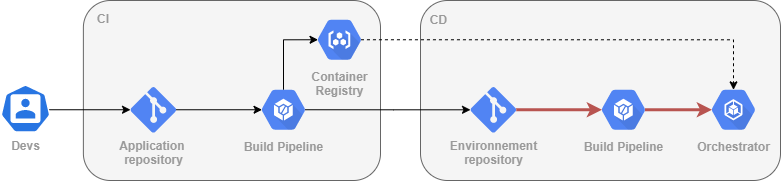
Before: Pictures/CI-CD/push-model.png, a diagram exported from draw.io (Donatien26/Master-stage). Source tidied: cells renumbered, new cells last; positions are measured from the earlier drawing's top-left corner, leaving out a move shared by most shapes. The source it was exported from:
```xml
<mxGraphModel>
  <root>
    <mxCell id="0" />
    <mxCell id="1" parent="0" />
    <mxCell id="2" value="CD" style="rounded=1;whiteSpace=wrap;html=1;fillColor=#f5f5f5;fontSize=12;strokeColor=#666666;spacingBottom=-29;spacingRight=-29;fontStyle=1;fontColor=#999999;labelPosition=left;verticalLabelPosition=top;align=right;verticalAlign=bottom;" parent="1" vertex="1">
      <mxGeometry x="420" width="360" height="180" as="geometry" />
    </mxCell>
    <mxCell id="3" value="CI" style="rounded=1;whiteSpace=wrap;html=1;fillColor=#f5f5f5;fontSize=12;strokeColor=#666666;labelPosition=left;verticalLabelPosition=top;align=right;verticalAlign=bottom;spacingTop=10;spacingBottom=-28;spacingRight=-28;fontStyle=1;fontColor=#999999;" parent="1" vertex="1">
      <mxGeometry x="82.9" width="297.1" height="180" as="geometry" />
    </mxCell>
    <mxCell id="4" style="edgeStyle=orthogonalEdgeStyle;rounded=0;jettySize=auto;html=1;exitX=0.825;exitY=0.5;exitDx=0;exitDy=0;exitPerimeter=0;entryX=0;entryY=0.5;entryDx=0;entryDy=0;entryPerimeter=0;fontColor=#999999;" parent="1" edge="1" target="12">
      <mxGeometry relative="1" as="geometry">
        <mxPoint x="47.8" y="109.2" as="sourcePoint" />
      </mxGeometry>
    </mxCell>
    <mxCell id="5" value="Orchestrator" style="html=1;fillColor=#5184F3;strokeColor=none;verticalAlign=top;labelPosition=center;verticalLabelPosition=bottom;align=center;spacingTop=-6;fontSize=12;fontStyle=1;fontColor=#999999;shape=mxgraph.gcp2.hexIcon;prIcon=container_engine;" parent="1" vertex="1">
      <mxGeometry x="700" y="80" width="66" height="58.5" as="geometry" />
    </mxCell>
    <mxCell id="6" style="edgeStyle=orthogonalEdgeStyle;rounded=0;jettySize=auto;html=1;exitX=0.825;exitY=0.5;exitDx=0;exitDy=0;exitPerimeter=0;entryX=0.5;entryY=0.16;entryDx=0;entryDy=0;entryPerimeter=0;startArrow=none;startFill=0;endArrow=classic;endFill=1;strokeWidth=1;fontSize=12;fontColor=#999999;dashed=1;" parent="1" edge="1" source="7" target="5">
      <mxGeometry relative="1" as="geometry" />
    </mxCell>
    <mxCell id="7" value="Container&#10;Registry" style="html=1;fillColor=#5184F3;strokeColor=none;verticalAlign=top;labelPosition=center;verticalLabelPosition=bottom;align=center;spacingTop=-6;fontSize=12;fontStyle=1;fontColor=#999999;shape=mxgraph.gcp2.hexIcon;prIcon=container_registry;" parent="1" vertex="1">
      <mxGeometry x="306" y="10" width="66" height="58.5" as="geometry" />
    </mxCell>
    <mxCell id="8" style="edgeStyle=orthogonalEdgeStyle;rounded=0;jettySize=auto;html=1;exitX=0.5;exitY=0.16;exitDx=0;exitDy=0;exitPerimeter=0;entryX=0.175;entryY=0.5;entryDx=0;entryDy=0;entryPerimeter=0;fontColor=#999999;" parent="1" edge="1" source="10" target="7">
      <mxGeometry relative="1" as="geometry">
        <Array as="points">
          <mxPoint x="283" y="39" />
        </Array>
      </mxGeometry>
    </mxCell>
    <mxCell id="9" style="edgeStyle=orthogonalEdgeStyle;rounded=0;jettySize=auto;html=1;exitX=0.825;exitY=0.5;exitDx=0;exitDy=0;exitPerimeter=0;startArrow=none;startFill=0;endArrow=classic;endFill=1;fontSize=12;fontColor=#999999;" parent="1" edge="1" source="10" target="14">
      <mxGeometry relative="1" as="geometry" />
    </mxCell>
    <mxCell id="10" value="Build Pipeline" style="html=1;fillColor=#5184F3;strokeColor=none;verticalAlign=top;labelPosition=center;verticalLabelPosition=bottom;align=center;spacingTop=-6;fontSize=12;fontStyle=1;fontColor=#999999;shape=mxgraph.gcp2.hexIcon;prIcon=container_builder;" parent="1" vertex="1">
      <mxGeometry x="250" y="80" width="66" height="58.5" as="geometry" />
    </mxCell>
    <mxCell id="11" style="edgeStyle=orthogonalEdgeStyle;rounded=0;jettySize=auto;html=1;exitX=1;exitY=0.5;exitDx=0;exitDy=0;exitPerimeter=0;entryX=0.175;entryY=0.5;entryDx=0;entryDy=0;entryPerimeter=0;fontColor=#999999;" parent="1" edge="1" source="12" target="10">
      <mxGeometry relative="1" as="geometry" />
    </mxCell>
    <mxCell id="12" value="Application &lt;br&gt;repository" style="verticalLabelPosition=bottom;html=1;verticalAlign=top;align=center;strokeColor=none;shape=mxgraph.azure.git_repository;fillColor=#5184F3;fontStyle=1;fontColor=#999999;" parent="1" vertex="1">
      <mxGeometry x="130" y="86.4" width="45.8" height="45.8" as="geometry" />
    </mxCell>
    <mxCell id="13" style="edgeStyle=orthogonalEdgeStyle;jettySize=auto;html=1;exitX=1;exitY=0.5;exitDx=0;exitDy=0;exitPerimeter=0;entryX=0.175;entryY=0.5;entryDx=0;entryDy=0;entryPerimeter=0;startArrow=none;startFill=0;endArrow=classic;endFill=1;fontSize=12;fontColor=#999999;rounded=0;strokeWidth=3;fillColor=#f8cecc;strokeColor=#b85450;" parent="1" edge="1" source="14" target="16">
      <mxGeometry relative="1" as="geometry" />
    </mxCell>
    <mxCell id="14" value="Environnement&lt;br&gt;repository" style="verticalLabelPosition=bottom;html=1;verticalAlign=top;align=center;strokeColor=none;shape=mxgraph.azure.git_repository;fillColor=#5184F3;fontStyle=1;fontColor=#999999;" parent="1" vertex="1">
      <mxGeometry x="470" y="86.4" width="45.8" height="45.8" as="geometry" />
    </mxCell>
    <mxCell id="15" style="edgeStyle=orthogonalEdgeStyle;jettySize=auto;html=1;exitX=0.825;exitY=0.5;exitDx=0;exitDy=0;exitPerimeter=0;entryX=0.175;entryY=0.5;entryDx=0;entryDy=0;entryPerimeter=0;startArrow=none;startFill=0;endArrow=classic;endFill=1;fontSize=12;fontColor=#999999;rounded=0;strokeWidth=3;fillColor=#f8cecc;strokeColor=#b85450;" parent="1" edge="1" source="16" target="5">
      <mxGeometry relative="1" as="geometry" />
    </mxCell>
    <mxCell id="16" value="Build Pipeline" style="html=1;fillColor=#5184F3;strokeColor=none;verticalAlign=top;labelPosition=center;verticalLabelPosition=bottom;align=center;spacingTop=-6;fontSize=12;fontStyle=1;fontColor=#999999;shape=mxgraph.gcp2.hexIcon;prIcon=container_builder;" parent="1" vertex="1">
      <mxGeometry x="590" y="80" width="66" height="58.5" as="geometry" />
    </mxCell>
    <mxCell id="17" value="Devs" style="html=1;dashed=0;whitespace=wrap;fillColor=#2875E2;strokeColor=#ffffff;shape=mxgraph.kubernetes.icon;prIcon=user;fontSize=12;fontColor=#999999;fontStyle=1;labelPosition=center;verticalLabelPosition=bottom;align=center;verticalAlign=top;" parent="1" vertex="1">
      <mxGeometry y="84.1" width="50" height="48" as="geometry" />
    </mxCell>
  </root>
</mxGraphModel>
```
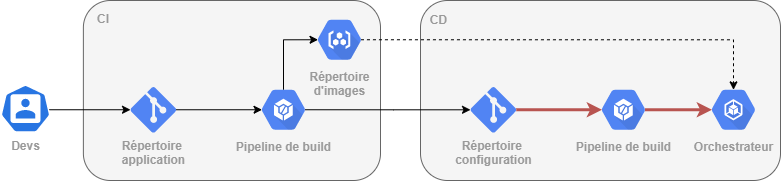
Above is the later version.

Change to the diagram source:
```diff
@@ -13,13 +13,13 @@
         <mxPoint x="47.8" y="109.2" as="sourcePoint" />
       </mxGeometry>
     </mxCell>
-    <mxCell id="5" value="Orchestrator" style="html=1;fillColor=#5184F3;strokeColor=none;verticalAlign=top;labelPosition=center;verticalLabelPosition=bottom;align=center;spacingTop=-6;fontSize=12;fontStyle=1;fontColor=#999999;shape=mxgraph.gcp2.hexIcon;prIcon=container_engine;" parent="1" vertex="1">
+    <mxCell id="5" value="Orchestrateur" style="html=1;fillColor=#5184F3;strokeColor=none;verticalAlign=top;labelPosition=center;verticalLabelPosition=bottom;align=center;spacingTop=-6;fontSize=12;fontStyle=1;fontColor=#999999;shape=mxgraph.gcp2.hexIcon;prIcon=container_engine;" parent="1" vertex="1">
       <mxGeometry x="700" y="80" width="66" height="58.5" as="geometry" />
     </mxCell>
     <mxCell id="6" style="edgeStyle=orthogonalEdgeStyle;rounded=0;jettySize=auto;html=1;exitX=0.825;exitY=0.5;exitDx=0;exitDy=0;exitPerimeter=0;entryX=0.5;entryY=0.16;entryDx=0;entryDy=0;entryPerimeter=0;startArrow=none;startFill=0;endArrow=classic;endFill=1;strokeWidth=1;fontSize=12;fontColor=#999999;dashed=1;" parent="1" edge="1" source="7" target="5">
       <mxGeometry relative="1" as="geometry" />
     </mxCell>
-    <mxCell id="7" value="Container&#10;Registry" style="html=1;fillColor=#5184F3;strokeColor=none;verticalAlign=top;labelPosition=center;verticalLabelPosition=bottom;align=center;spacingTop=-6;fontSize=12;fontStyle=1;fontColor=#999999;shape=mxgraph.gcp2.hexIcon;prIcon=container_registry;" parent="1" vertex="1">
+    <mxCell id="7" value="Répertoire&lt;br&gt;d'images" style="html=1;fillColor=#5184F3;strokeColor=none;verticalAlign=top;labelPosition=center;verticalLabelPosition=bottom;align=center;spacingTop=-6;fontSize=12;fontStyle=1;fontColor=#999999;shape=mxgraph.gcp2.hexIcon;prIcon=container_registry;" parent="1" vertex="1">
       <mxGeometry x="306" y="10" width="66" height="58.5" as="geometry" />
     </mxCell>
     <mxCell id="8" style="edgeStyle=orthogonalEdgeStyle;rounded=0;jettySize=auto;html=1;exitX=0.5;exitY=0.16;exitDx=0;exitDy=0;exitPerimeter=0;entryX=0.175;entryY=0.5;entryDx=0;entryDy=0;entryPerimeter=0;fontColor=#999999;" parent="1" edge="1" source="10" target="7">
@@ -32,25 +32,25 @@
     <mxCell id="9" style="edgeStyle=orthogonalEdgeStyle;rounded=0;jettySize=auto;html=1;exitX=0.825;exitY=0.5;exitDx=0;exitDy=0;exitPerimeter=0;startArrow=none;startFill=0;endArrow=classic;endFill=1;fontSize=12;fontColor=#999999;" parent="1" edge="1" source="10" target="14">
       <mxGeometry relative="1" as="geometry" />
     </mxCell>
-    <mxCell id="10" value="Build Pipeline" style="html=1;fillColor=#5184F3;strokeColor=none;verticalAlign=top;labelPosition=center;verticalLabelPosition=bottom;align=center;spacingTop=-6;fontSize=12;fontStyle=1;fontColor=#999999;shape=mxgraph.gcp2.hexIcon;prIcon=container_builder;" parent="1" vertex="1">
+    <mxCell id="10" value="Pipeline de build" style="html=1;fillColor=#5184F3;strokeColor=none;verticalAlign=top;labelPosition=center;verticalLabelPosition=bottom;align=center;spacingTop=-6;fontSize=12;fontStyle=1;fontColor=#999999;shape=mxgraph.gcp2.hexIcon;prIcon=container_builder;" parent="1" vertex="1">
       <mxGeometry x="250" y="80" width="66" height="58.5" as="geometry" />
     </mxCell>
     <mxCell id="11" style="edgeStyle=orthogonalEdgeStyle;rounded=0;jettySize=auto;html=1;exitX=1;exitY=0.5;exitDx=0;exitDy=0;exitPerimeter=0;entryX=0.175;entryY=0.5;entryDx=0;entryDy=0;entryPerimeter=0;fontColor=#999999;" parent="1" edge="1" source="12" target="10">
       <mxGeometry relative="1" as="geometry" />
     </mxCell>
-    <mxCell id="12" value="Application &lt;br&gt;repository" style="verticalLabelPosition=bottom;html=1;verticalAlign=top;align=center;strokeColor=none;shape=mxgraph.azure.git_repository;fillColor=#5184F3;fontStyle=1;fontColor=#999999;" parent="1" vertex="1">
+    <mxCell id="12" value="Répertoire&amp;nbsp;&lt;br&gt;application" style="verticalLabelPosition=bottom;html=1;verticalAlign=top;align=center;strokeColor=none;shape=mxgraph.azure.git_repository;fillColor=#5184F3;fontStyle=1;fontColor=#999999;" parent="1" vertex="1">
       <mxGeometry x="130" y="86.4" width="45.8" height="45.8" as="geometry" />
     </mxCell>
     <mxCell id="13" style="edgeStyle=orthogonalEdgeStyle;jettySize=auto;html=1;exitX=1;exitY=0.5;exitDx=0;exitDy=0;exitPerimeter=0;entryX=0.175;entryY=0.5;entryDx=0;entryDy=0;entryPerimeter=0;startArrow=none;startFill=0;endArrow=classic;endFill=1;fontSize=12;fontColor=#999999;rounded=0;strokeWidth=3;fillColor=#f8cecc;strokeColor=#b85450;" parent="1" edge="1" source="14" target="16">
       <mxGeometry relative="1" as="geometry" />
     </mxCell>
-    <mxCell id="14" value="Environnement&lt;br&gt;repository" style="verticalLabelPosition=bottom;html=1;verticalAlign=top;align=center;strokeColor=none;shape=mxgraph.azure.git_repository;fillColor=#5184F3;fontStyle=1;fontColor=#999999;" parent="1" vertex="1">
+    <mxCell id="14" value="Répertoire&amp;nbsp;&lt;br&gt;configuration" style="verticalLabelPosition=bottom;html=1;verticalAlign=top;align=center;strokeColor=none;shape=mxgraph.azure.git_repository;fillColor=#5184F3;fontStyle=1;fontColor=#999999;" parent="1" vertex="1">
       <mxGeometry x="470" y="86.4" width="45.8" height="45.8" as="geometry" />
     </mxCell>
     <mxCell id="15" style="edgeStyle=orthogonalEdgeStyle;jettySize=auto;html=1;exitX=0.825;exitY=0.5;exitDx=0;exitDy=0;exitPerimeter=0;entryX=0.175;entryY=0.5;entryDx=0;entryDy=0;entryPerimeter=0;startArrow=none;startFill=0;endArrow=classic;endFill=1;fontSize=12;fontColor=#999999;rounded=0;strokeWidth=3;fillColor=#f8cecc;strokeColor=#b85450;" parent="1" edge="1" source="16" target="5">
       <mxGeometry relative="1" as="geometry" />
     </mxCell>
-    <mxCell id="16" value="Build Pipeline" style="html=1;fillColor=#5184F3;strokeColor=none;verticalAlign=top;labelPosition=center;verticalLabelPosition=bottom;align=center;spacingTop=-6;fontSize=12;fontStyle=1;fontColor=#999999;shape=mxgraph.gcp2.hexIcon;prIcon=container_builder;" parent="1" vertex="1">
+    <mxCell id="16" value="Pipeline de build" style="html=1;fillColor=#5184F3;strokeColor=none;verticalAlign=top;labelPosition=center;verticalLabelPosition=bottom;align=center;spacingTop=-6;fontSize=12;fontStyle=1;fontColor=#999999;shape=mxgraph.gcp2.hexIcon;prIcon=container_builder;" parent="1" vertex="1">
       <mxGeometry x="590" y="80" width="66" height="58.5" as="geometry" />
     </mxCell>
     <mxCell id="17" value="Devs" style="html=1;dashed=0;whitespace=wrap;fillColor=#2875E2;strokeColor=#ffffff;shape=mxgraph.kubernetes.icon;prIcon=user;fontSize=12;fontColor=#999999;fontStyle=1;labelPosition=center;verticalLabelPosition=bottom;align=center;verticalAlign=top;" parent="1" vertex="1">
```
